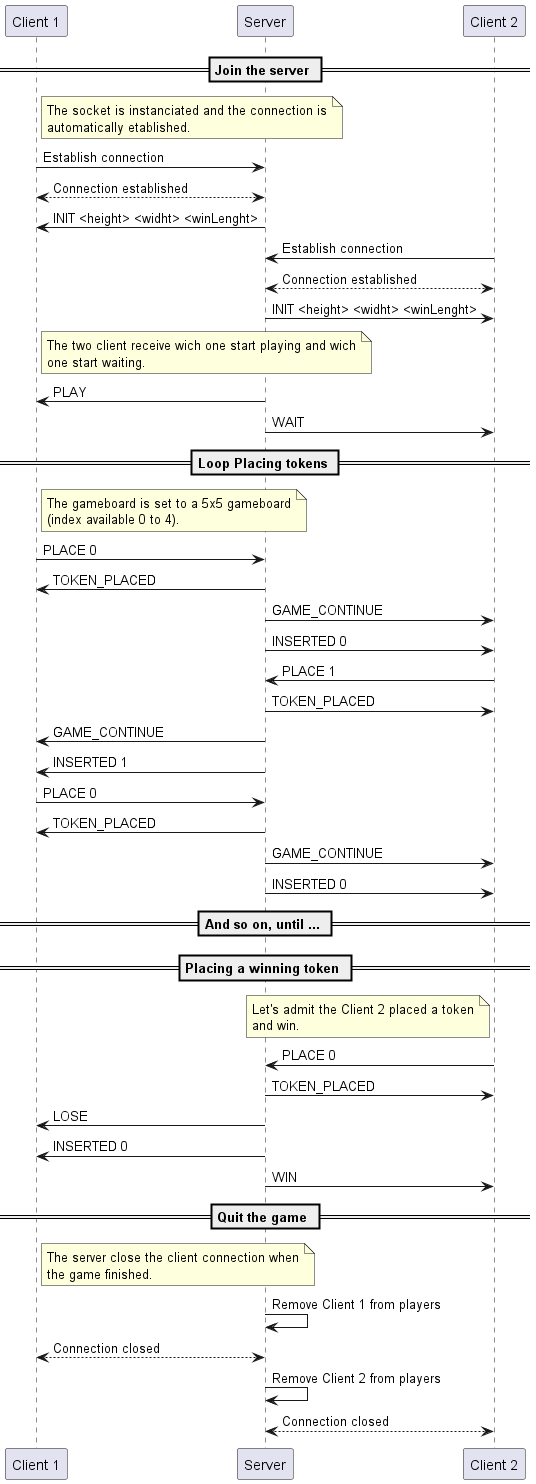
thomasstaheli/DAI_Practical2_Connect4 keeps this PlantUML diagram as img/protocol_functionnal_and_FF.png. Above is the earlier version. Source of this version:
```plantuml
@startuml

participant "Client 1" as client1
participant "Server" as server
participant "Client 2" as client2

== Join the server ==

note right of client1
The socket is instanciated and the connection is
automatically etablished.
end note

client1->server : Establish connection
server<-->client1 : Connection established
server->client1 : INIT <height> <widht> <winLenght>

client2->server : Establish connection
server<-->client2 : Connection established
server->client2 : INIT <height> <widht> <winLenght>

note right of client1
The two client receive wich one start playing and wich
one start waiting.
end note
server->client1 : PLAY
server->client2 : WAIT

== Loop Placing tokens ==

note right of client1
The gameboard is set to a 5x5 gameboard
(index available 0 to 4).
end note

client1->server : PLACE 0
server->client1 : TOKEN_PLACED
server->client2 : GAME_CONTINUE
server->client2 : INSERTED 0

client2->server : PLACE 1
server->client2 : TOKEN_PLACED
server->client1 : GAME_CONTINUE
server->client1 : INSERTED 1

client1->server : PLACE 0
server->client1 : TOKEN_PLACED
server->client2 : GAME_CONTINUE
server->client2 : INSERTED 0

== And so on, until ... ==

== Placing a winning token ==

note left of client2
Let's admit the Client 2 placed a token
and win.
end note

client2->server : PLACE 0
server->client2 : TOKEN_PLACED
server->client1 : LOSE
server->client1 : INSERTED 0

server->client2 : WIN

== Quit the game ==

note right of client1
The server close the client connection when
the game finished.
end note

server->server : Remove Client 1 from players
client1<-->server : Connection closed

server->server : Remove Client 2 from players
client2<-->server : Connection closed



@enduml
```
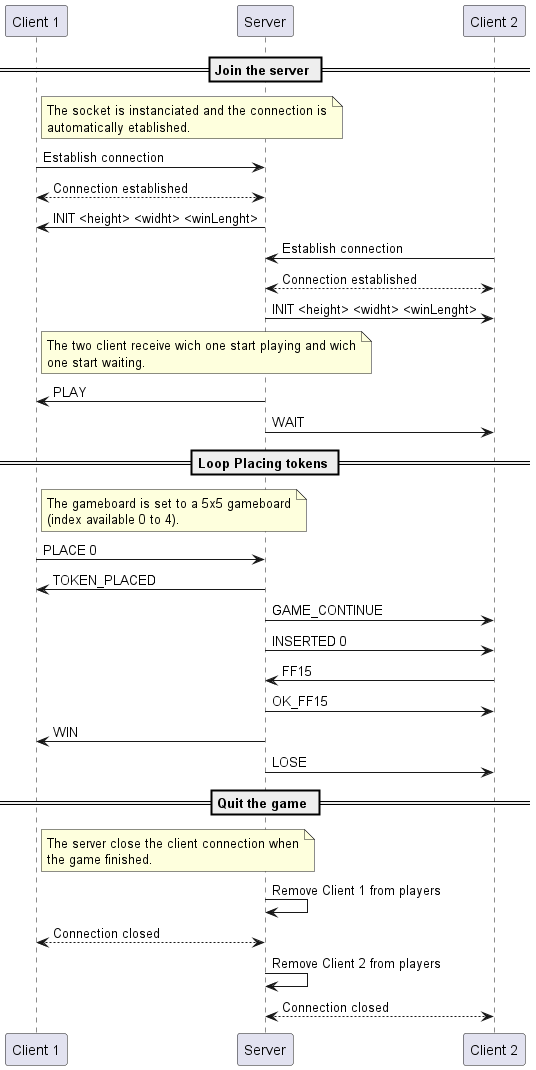
After the change.

Change to the diagram source:
```diff
@@ -38,31 +38,10 @@
 server->client2 : GAME_CONTINUE
 server->client2 : INSERTED 0
 
-client2->server : PLACE 1
-server->client2 : TOKEN_PLACED
-server->client1 : GAME_CONTINUE
-server->client1 : INSERTED 1
-
-client1->server : PLACE 0
-server->client1 : TOKEN_PLACED
-server->client2 : GAME_CONTINUE
-server->client2 : INSERTED 0
-
-== And so on, until ... ==
-
-== Placing a winning token ==
-
-note left of client2
-Let's admit the Client 2 placed a token
-and win.
-end note
-
-client2->server : PLACE 0
-server->client2 : TOKEN_PLACED
-server->client1 : LOSE
-server->client1 : INSERTED 0
-
-server->client2 : WIN
+client2->server : FF15
+server->client2 : OK_FF15
+server->client1 : WIN
+server->client2 : LOSE
 
 == Quit the game ==
 
```
